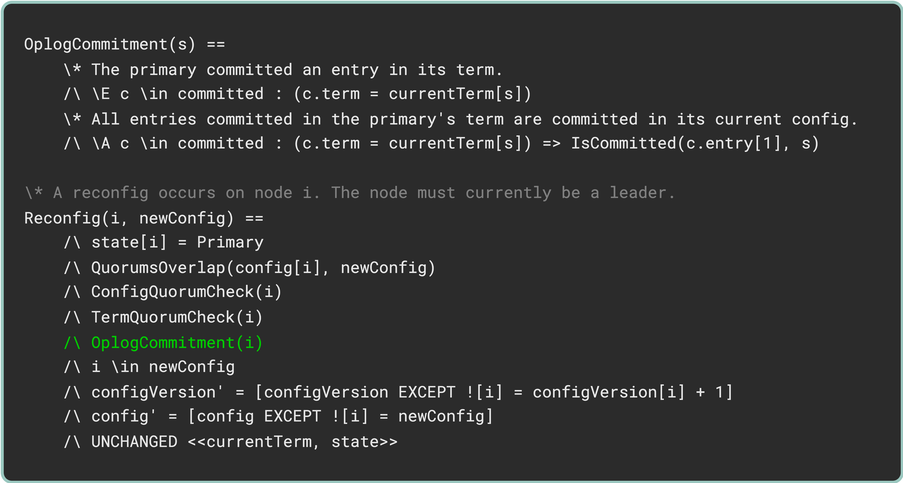
Above: traces/traces-snippet-3.drawio.png in will62794/reconfig-traces (draw.io), before the change. Source tidied: cells renumbered, new cells last; positions are measured from the earlier drawing's top-left corner, leaving out a move shared by most shapes.
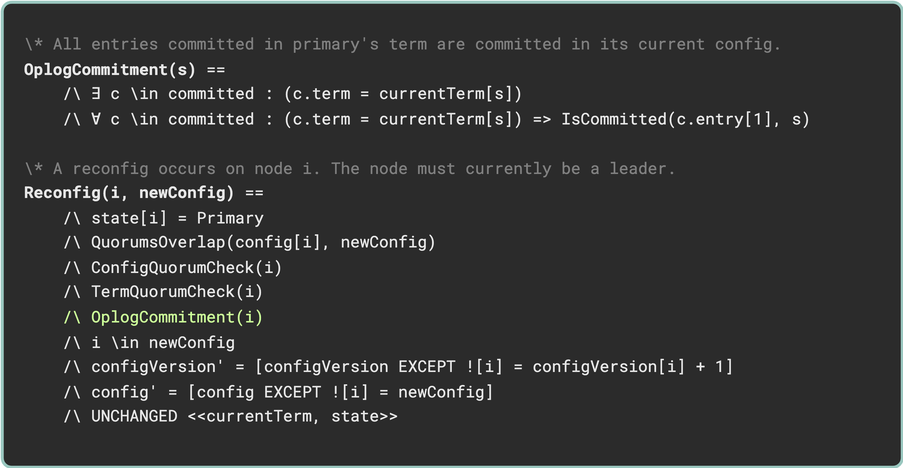
Later version of the same file.

What changed in the source:
```diff
@@ -2,8 +2,8 @@
   <root>
     <mxCell id="0" />
     <mxCell id="1" parent="0" />
-    <mxCell id="2" value="&lt;b style=&quot;&quot; id=&quot;docs-internal-guid-955c089a-7fff-785c-a062-aca5ab7f73e9&quot;&gt;&lt;font&gt;&lt;p style=&quot;color: light-dark(rgb(230, 230, 230), rgb(39, 39, 39)); line-height: 1.38; margin-top: 0pt; margin-bottom: 0pt;&quot; dir=&quot;ltr&quot;&gt;&lt;span style=&quot;font-size: 8pt; font-family: &amp;quot;Roboto Mono&amp;quot;, monospace; background-color: transparent; font-weight: 400; font-style: normal; font-variant: normal; text-decoration: none; vertical-align: baseline; white-space: pre-wrap;&quot;&gt;OplogCommitment(s) ==&amp;nbsp;&lt;/span&gt;&lt;/p&gt;&lt;p style=&quot;color: light-dark(rgb(230, 230, 230), rgb(39, 39, 39)); line-height: 1.38; margin-top: 0pt; margin-bottom: 0pt;&quot; dir=&quot;ltr&quot;&gt;&lt;span style=&quot;font-size: 8pt; font-family: &amp;quot;Roboto Mono&amp;quot;, monospace; background-color: transparent; font-weight: 400; font-style: normal; font-variant: normal; text-decoration: none; vertical-align: baseline; white-space: pre-wrap;&quot;&gt;&amp;nbsp;&amp;nbsp;&amp;nbsp;&amp;nbsp;\* The primary committed an entry in its term.&lt;/span&gt;&lt;/p&gt;&lt;p style=&quot;color: light-dark(rgb(230, 230, 230), rgb(39, 39, 39)); line-height: 1.38; margin-top: 0pt; margin-bottom: 0pt;&quot; dir=&quot;ltr&quot;&gt;&lt;span style=&quot;font-size: 8pt; font-family: &amp;quot;Roboto Mono&amp;quot;, monospace; background-color: transparent; font-weight: 400; font-style: normal; font-variant: normal; text-decoration: none; vertical-align: baseline; white-space: pre-wrap;&quot;&gt;&amp;nbsp;&amp;nbsp;&amp;nbsp;&amp;nbsp;/\ \E c \in committed : (c.term = currentTerm[s])&lt;/span&gt;&lt;/p&gt;&lt;p style=&quot;color: light-dark(rgb(230, 230, 230), rgb(39, 39, 39)); line-height: 1.38; margin-top: 0pt; margin-bottom: 0pt;&quot; dir=&quot;ltr&quot;&gt;&lt;span style=&quot;font-size: 8pt; font-family: &amp;quot;Roboto Mono&amp;quot;, monospace; background-color: transparent; font-weight: 400; font-style: normal; font-variant: normal; text-decoration: none; vertical-align: baseline; white-space: pre-wrap;&quot;&gt;&amp;nbsp;&amp;nbsp;&amp;nbsp;&amp;nbsp;\* All entries committed in the primary's term are committed in its current config.&lt;/span&gt;&lt;/p&gt;&lt;p style=&quot;color: light-dark(rgb(230, 230, 230), rgb(39, 39, 39)); line-height: 1.38; margin-top: 0pt; margin-bottom: 0pt;&quot; dir=&quot;ltr&quot;&gt;&lt;span style=&quot;font-size: 8pt; font-family: &amp;quot;Roboto Mono&amp;quot;, monospace; background-color: transparent; font-weight: 400; font-style: normal; font-variant: normal; text-decoration: none; vertical-align: baseline; white-space: pre-wrap;&quot;&gt;&amp;nbsp;&amp;nbsp;&amp;nbsp;&amp;nbsp;/\ \A c \in committed : (c.term = currentTerm[s]) =&amp;gt; IsCommitted(c.entry[1], s)&lt;/span&gt;&lt;/p&gt;&lt;p style=&quot;color: light-dark(rgb(230, 230, 230), rgb(39, 39, 39)); line-height: 1.38; margin-top: 0pt; margin-bottom: 0pt;&quot; dir=&quot;ltr&quot;&gt;&lt;b id=&quot;docs-internal-guid-878e2a91-7fff-a3c8-2afd-2d5c69914c0f&quot; style=&quot;font-weight:normal;&quot;&gt;&lt;br&gt;&lt;/b&gt;&lt;/p&gt;&lt;p style=&quot;line-height: 1.38; margin-top: 0pt; margin-bottom: 0pt;&quot; dir=&quot;ltr&quot;&gt;&lt;span style=&quot;font-size: 8pt; font-family: &amp;quot;Roboto Mono&amp;quot;, monospace; background-color: transparent; font-weight: 400; font-style: normal; font-variant: normal; text-decoration: none; vertical-align: baseline; white-space: pre-wrap;&quot;&gt;&lt;font style=&quot;color: rgb(128, 128, 128);&quot;&gt;\* A reconfig occurs on node i. The node must currently be a leader.&lt;/font&gt;&lt;/span&gt;&lt;/p&gt;&lt;p style=&quot;color: light-dark(rgb(230, 230, 230), rgb(39, 39, 39)); line-height: 1.38; margin-top: 0pt; margin-bottom: 0pt;&quot; dir=&quot;ltr&quot;&gt;&lt;span style=&quot;font-size: 8pt; font-family: &amp;quot;Roboto Mono&amp;quot;, monospace; background-color: transparent; font-weight: 400; font-style: normal; font-variant: normal; text-decoration: none; vertical-align: baseline; white-space: pre-wrap;&quot;&gt;Reconfig(i, newConfig) ==&lt;/span&gt;&lt;/p&gt;&lt;p style=&quot;color: light-dark(rgb(230, 230, 230), rgb(39, 39, 39)); line-height: 1.38; margin-top: 0pt; margin-bottom: 0pt;&quot; dir=&quot;ltr&quot;&gt;&lt;span style=&quot;font-size: 8pt; font-family: &amp;quot;Roboto Mono&amp;quot;, monospace; background-color: transparent; font-weight: 400; font-style: normal; font-variant: normal; text-decoration: none; vertical-align: baseline; white-space: pre-wrap;&quot;&gt;&amp;nbsp;&amp;nbsp;&amp;nbsp;&amp;nbsp;/\ state[i] = Primary&lt;/span&gt;&lt;/p&gt;&lt;p style=&quot;color: light-dark(rgb(230, 230, 230), rgb(39, 39, 39)); line-height: 1.38; margin-top: 0pt; margin-bottom: 0pt;&quot; dir=&quot;ltr&quot;&gt;&lt;span style=&quot;font-size: 8pt; font-family: &amp;quot;Roboto Mono&amp;quot;, monospace; background-color: transparent; font-weight: 400; font-style: normal; font-variant: normal; text-decoration: none; vertical-align: baseline; white-space: pre-wrap;&quot;&gt;&amp;nbsp;&amp;nbsp;&amp;nbsp;&amp;nbsp;/\ QuorumsOverlap(config[i], newConfig)&lt;/span&gt;&lt;/p&gt;&lt;p style=&quot;color: light-dark(rgb(230, 230, 230), rgb(39, 39, 39)); line-height: 1.38; margin-top: 0pt; margin-bottom: 0pt;&quot; dir=&quot;ltr&quot;&gt;&lt;span style=&quot;font-size: 8pt; font-family: &amp;quot;Roboto Mono&amp;quot;, monospace; background-color: transparent; font-weight: 400; font-style: normal; font-variant: normal; text-decoration: none; vertical-align: baseline; white-space: pre-wrap;&quot;&gt;&amp;nbsp;&amp;nbsp;&amp;nbsp;&amp;nbsp;/\ ConfigQuorumCheck(i)&lt;/span&gt;&lt;/p&gt;&lt;p style=&quot;color: light-dark(rgb(230, 230, 230), rgb(39, 39, 39)); line-height: 1.38; margin-top: 0pt; margin-bottom: 0pt;&quot; dir=&quot;ltr&quot;&gt;&lt;span style=&quot;font-size: 8pt; font-family: &amp;quot;Roboto Mono&amp;quot;, monospace; background-color: transparent; font-weight: 400; font-style: normal; font-variant: normal; text-decoration: none; vertical-align: baseline; white-space: pre-wrap;&quot;&gt;&amp;nbsp;&amp;nbsp;&amp;nbsp;&amp;nbsp;/\ TermQuorumCheck(i)&lt;/span&gt;&lt;/p&gt;&lt;p style=&quot;line-height: 1.38; margin-top: 0pt; margin-bottom: 0pt;&quot; dir=&quot;ltr&quot;&gt;&lt;span style=&quot;font-size: 8pt; font-family: &amp;quot;Roboto Mono&amp;quot;, monospace; background-color: transparent; font-weight: 700; font-style: normal; font-variant: normal; text-decoration: none; vertical-align: baseline; white-space: pre-wrap;&quot;&gt;&amp;nbsp;&amp;nbsp;&amp;nbsp;&amp;nbsp;&lt;/span&gt;&lt;span style=&quot;font-size: 8pt; font-family: &amp;quot;Roboto Mono&amp;quot;, monospace; font-weight: 400; font-style: normal; font-variant: normal; text-decoration: none; vertical-align: baseline; white-space: pre-wrap; background-color: light-dark(rgb(43, 43, 43), rgb(40, 42, 53));&quot;&gt;&lt;font style=&quot;color: light-dark(rgb(0, 204, 0), rgb(39, 39, 39));&quot;&gt;/\ OplogCommitment(i)&lt;/font&gt;&lt;/span&gt;&lt;/p&gt;&lt;p style=&quot;color: light-dark(rgb(230, 230, 230), rgb(39, 39, 39)); line-height: 1.38; margin-top: 0pt; margin-bottom: 0pt;&quot; dir=&quot;ltr&quot;&gt;&lt;span style=&quot;font-size: 8pt; font-family: &amp;quot;Roboto Mono&amp;quot;, monospace; background-color: transparent; font-weight: 400; font-style: normal; font-variant: normal; text-decoration: none; vertical-align: baseline; white-space: pre-wrap;&quot;&gt;&amp;nbsp;&amp;nbsp;&amp;nbsp;&amp;nbsp;/\ i \in newConfig&lt;/span&gt;&lt;/p&gt;&lt;p style=&quot;color: light-dark(rgb(230, 230, 230), rgb(39, 39, 39)); line-height: 1.38; margin-top: 0pt; margin-bottom: 0pt;&quot; dir=&quot;ltr&quot;&gt;&lt;span style=&quot;font-size: 8pt; font-family: &amp;quot;Roboto Mono&amp;quot;, monospace; background-color: transparent; font-weight: 400; font-style: normal; font-variant: normal; text-decoration: none; vertical-align: baseline; white-space: pre-wrap;&quot;&gt;&amp;nbsp;&amp;nbsp;&amp;nbsp;&amp;nbsp;/\ configVersion' = [configVersion EXCEPT ![i] = configVersion[i] + 1]&lt;/span&gt;&lt;/p&gt;&lt;p style=&quot;color: light-dark(rgb(230, 230, 230), rgb(39, 39, 39)); line-height: 1.38; margin-top: 0pt; margin-bottom: 0pt;&quot; dir=&quot;ltr&quot;&gt;&lt;span style=&quot;font-size: 8pt; font-family: &amp;quot;Roboto Mono&amp;quot;, monospace; background-color: transparent; font-weight: 400; font-style: normal; font-variant: normal; text-decoration: none; vertical-align: baseline; white-space: pre-wrap;&quot;&gt;&amp;nbsp;&amp;nbsp;&amp;nbsp;&amp;nbsp;/\ config' = [config EXCEPT ![i] = newConfig]&lt;/span&gt;&lt;/p&gt;&lt;p style=&quot;color: light-dark(rgb(230, 230, 230), rgb(39, 39, 39)); line-height: 1.38; margin-top: 0pt; margin-bottom: 0pt;&quot; dir=&quot;ltr&quot;&gt;&lt;span style=&quot;font-weight:normal;&quot;&gt;&lt;/span&gt;&lt;/p&gt;&lt;p style=&quot;color: light-dark(rgb(230, 230, 230), rgb(39, 39, 39)); line-height: 1.38; margin-top: 0pt; margin-bottom: 0pt;&quot; dir=&quot;ltr&quot;&gt;&lt;span style=&quot;font-size: 8pt; font-family: &amp;quot;Roboto Mono&amp;quot;, monospace; background-color: transparent; font-weight: 400; font-style: normal; font-variant: normal; text-decoration: none; vertical-align: baseline; white-space: pre-wrap;&quot;&gt;&amp;nbsp;&amp;nbsp;&amp;nbsp;&amp;nbsp;/\ UNCHANGED &amp;lt;&amp;lt;currentTerm, state&amp;gt;&amp;gt;&lt;/span&gt;&lt;/p&gt;&lt;/font&gt;&lt;/b&gt;" style="text;whiteSpace=wrap;html=1;fillColor=light-dark(#2B2B2B,#282A35);perimeterSpacing=0;strokeColor=#9AC7BF;strokeWidth=2;rounded=1;arcSize=2;spacingLeft=0;spacing=15;" parent="1" vertex="1">
-      <mxGeometry width="600" height="320" as="geometry" />
+    <mxCell id="2" value="&lt;b style=&quot;&quot; id=&quot;docs-internal-guid-955c089a-7fff-785c-a062-aca5ab7f73e9&quot;&gt;&lt;font&gt;&lt;p style=&quot;color: light-dark(rgb(230, 230, 230), rgb(39, 39, 39)); line-height: 1.38; margin-top: 0pt; margin-bottom: 0pt;&quot; dir=&quot;ltr&quot;&gt;&lt;span style=&quot;font-size: 8pt; font-family: &amp;quot;Roboto Mono&amp;quot;, monospace; background-color: transparent; font-style: normal; font-variant: normal; text-decoration: none; vertical-align: baseline; white-space: pre-wrap;&quot;&gt;&lt;b style=&quot;color: rgb(0, 0, 0); font-family: Helvetica; font-size: 12px; white-space-collapse: collapse;&quot; id=&quot;docs-internal-guid-955c089a-7fff-785c-a062-aca5ab7f73e9&quot;&gt;&lt;/b&gt;&lt;/span&gt;&lt;/p&gt;&lt;b id=&quot;docs-internal-guid-955c089a-7fff-785c-a062-aca5ab7f73e9&quot;&gt;&lt;p style=&quot;line-height: 1.38; margin-top: 0pt; margin-bottom: 0pt;&quot; dir=&quot;ltr&quot;&gt;&lt;span style=&quot;font-size: 8pt; font-family: &amp;quot;Roboto Mono&amp;quot;, monospace; background-color: transparent; font-weight: 400; font-variant-numeric: normal; font-variant-east-asian: normal; font-variant-alternates: normal; font-variant-position: normal; font-variant-emoji: normal; vertical-align: baseline; white-space-collapse: preserve;&quot;&gt;&lt;font style=&quot;color: rgb(128, 128, 128);&quot;&gt;\* All entries committed in primary's term are committed in its current config.&lt;/font&gt;&lt;/span&gt;&lt;/p&gt;&lt;p style=&quot;line-height: 1.38; margin-top: 0pt; margin-bottom: 0pt;&quot; dir=&quot;ltr&quot;&gt;&lt;span style=&quot;color: light-dark(rgb(230, 230, 230), rgb(39, 39, 39)); background-color: transparent; white-space-collapse: preserve; font-size: 8pt; font-family: &amp;quot;Roboto Mono&amp;quot;, monospace; font-variant-numeric: normal; font-variant-east-asian: normal; font-variant-alternates: normal; font-variant-position: normal; font-variant-emoji: normal; vertical-align: baseline;&quot;&gt;OplogCommitment(s)&lt;/span&gt;&lt;span style=&quot;color: light-dark(rgb(230, 230, 230), rgb(39, 39, 39)); background-color: transparent; white-space-collapse: preserve; font-size: 8pt; font-family: &amp;quot;Roboto Mono&amp;quot;, monospace; font-weight: 400; font-variant-numeric: normal; font-variant-east-asian: normal; font-variant-alternates: normal; font-variant-position: normal; font-variant-emoji: normal; vertical-align: baseline;&quot;&gt; ==&amp;nbsp;&lt;/span&gt;&lt;/p&gt;&lt;/b&gt;&lt;p style=&quot;color: light-dark(rgb(230, 230, 230), rgb(39, 39, 39)); line-height: 1.38; margin-top: 0pt; margin-bottom: 0pt;&quot; dir=&quot;ltr&quot;&gt;&lt;span style=&quot;background-color: transparent; font-family: &amp;quot;Roboto Mono&amp;quot;, monospace; font-size: 8pt; font-weight: 400; white-space-collapse: preserve; color: light-dark(rgb(230, 230, 230), rgb(39, 39, 39));&quot;&gt;&amp;nbsp;&amp;nbsp;&amp;nbsp;&amp;nbsp;/\ &lt;/span&gt;&lt;b style=&quot;background-color: transparent; color: light-dark(rgb(0, 0, 0), rgb(255, 255, 255));&quot; id=&quot;docs-internal-guid-955c089a-7fff-785c-a062-aca5ab7f73e9&quot;&gt;&lt;span style=&quot;color: rgb(230, 230, 230); font-family: &amp;quot;Roboto Mono&amp;quot;, monospace; font-size: 10.6667px; font-weight: 400; white-space-collapse: preserve;&quot;&gt;∃&lt;/span&gt;&lt;/b&gt;&lt;span style=&quot;background-color: transparent; color: light-dark(rgb(230, 230, 230), rgb(39, 39, 39)); font-family: &amp;quot;Roboto Mono&amp;quot;, monospace; font-size: 8pt; font-weight: 400; white-space-collapse: preserve;&quot;&gt; c \in committed : (c.term = currentTerm[s])&lt;/span&gt;&lt;/p&gt;&lt;p style=&quot;color: light-dark(rgb(230, 230, 230), rgb(39, 39, 39)); line-height: 1.38; margin-top: 0pt; margin-bottom: 0pt;&quot; dir=&quot;ltr&quot;&gt;&lt;span style=&quot;background-color: transparent; font-family: &amp;quot;Roboto Mono&amp;quot;, monospace; font-size: 8pt; font-weight: 400; white-space-collapse: preserve; color: light-dark(rgb(230, 230, 230), rgb(39, 39, 39));&quot;&gt;&amp;nbsp;&amp;nbsp;&amp;nbsp;&amp;nbsp;/\ &lt;/span&gt;&lt;b style=&quot;background-color: transparent; color: light-dark(rgb(0, 0, 0), rgb(255, 255, 255));&quot; id=&quot;docs-internal-guid-955c089a-7fff-785c-a062-aca5ab7f73e9&quot;&gt;&lt;b style=&quot;color: light-dark(rgb(0, 0, 0), rgb(255, 255, 255)); background-color: transparent;&quot; id=&quot;docs-internal-guid-955c089a-7fff-785c-a062-aca5ab7f73e9&quot;&gt;&lt;span style=&quot;color: rgb(230, 230, 230); font-weight: 400; white-space-collapse: preserve; background-color: transparent; font-size: 10.6667px;&quot;&gt;&lt;font face=&quot;Roboto Mono, monospace&quot; color=&quot;#e6e6e6&quot;&gt;∀&lt;/font&gt;&lt;/span&gt;&lt;/b&gt;&lt;/b&gt;&lt;span style=&quot;background-color: transparent; color: light-dark(rgb(230, 230, 230), rgb(39, 39, 39)); font-family: &amp;quot;Roboto Mono&amp;quot;, monospace; font-size: 8pt; font-weight: 400; white-space-collapse: preserve;&quot;&gt; c \in committed : (c.term = currentTerm[s]) =&amp;gt; IsCommitted(c.entry[1], s)&lt;/span&gt;&lt;/p&gt;&lt;p style=&quot;color: light-dark(rgb(230, 230, 230), rgb(39, 39, 39)); line-height: 1.38; margin-top: 0pt; margin-bottom: 0pt;&quot; dir=&quot;ltr&quot;&gt;&lt;b id=&quot;docs-internal-guid-878e2a91-7fff-a3c8-2afd-2d5c69914c0f&quot; style=&quot;font-weight:normal;&quot;&gt;&lt;br&gt;&lt;/b&gt;&lt;/p&gt;&lt;p style=&quot;line-height: 1.38; margin-top: 0pt; margin-bottom: 0pt;&quot; dir=&quot;ltr&quot;&gt;&lt;span style=&quot;font-size: 8pt; font-family: &amp;quot;Roboto Mono&amp;quot;, monospace; background-color: transparent; font-weight: 400; font-style: normal; font-variant: normal; text-decoration: none; vertical-align: baseline; white-space: pre-wrap;&quot;&gt;&lt;font style=&quot;color: rgb(128, 128, 128);&quot;&gt;\* A reconfig occurs on node i. The node must currently be a leader.&lt;/font&gt;&lt;/span&gt;&lt;/p&gt;&lt;p style=&quot;color: light-dark(rgb(230, 230, 230), rgb(39, 39, 39)); line-height: 1.38; margin-top: 0pt; margin-bottom: 0pt;&quot; dir=&quot;ltr&quot;&gt;&lt;span style=&quot;font-size: 8pt; font-family: &amp;quot;Roboto Mono&amp;quot;, monospace; background-color: transparent; font-style: normal; font-variant: normal; text-decoration: none; vertical-align: baseline; white-space: pre-wrap;&quot;&gt;Reconfig(i, newConfig)&lt;/span&gt;&lt;span style=&quot;font-size: 8pt; font-family: &amp;quot;Roboto Mono&amp;quot;, monospace; background-color: transparent; font-weight: 400; font-style: normal; font-variant: normal; text-decoration: none; vertical-align: baseline; white-space: pre-wrap;&quot;&gt; ==&lt;/span&gt;&lt;/p&gt;&lt;p style=&quot;color: light-dark(rgb(230, 230, 230), rgb(39, 39, 39)); line-height: 1.38; margin-top: 0pt; margin-bottom: 0pt;&quot; dir=&quot;ltr&quot;&gt;&lt;span style=&quot;font-size: 8pt; font-family: &amp;quot;Roboto Mono&amp;quot;, monospace; background-color: transparent; font-weight: 400; font-style: normal; font-variant: normal; text-decoration: none; vertical-align: baseline; white-space: pre-wrap;&quot;&gt;&amp;nbsp;&amp;nbsp;&amp;nbsp;&amp;nbsp;/\ state[i] = Primary&lt;/span&gt;&lt;/p&gt;&lt;p style=&quot;color: light-dark(rgb(230, 230, 230), rgb(39, 39, 39)); line-height: 1.38; margin-top: 0pt; margin-bottom: 0pt;&quot; dir=&quot;ltr&quot;&gt;&lt;span style=&quot;font-size: 8pt; font-family: &amp;quot;Roboto Mono&amp;quot;, monospace; background-color: transparent; font-weight: 400; font-style: normal; font-variant: normal; text-decoration: none; vertical-align: baseline; white-space: pre-wrap;&quot;&gt;&amp;nbsp;&amp;nbsp;&amp;nbsp;&amp;nbsp;/\ QuorumsOverlap(config[i], newConfig)&lt;/span&gt;&lt;/p&gt;&lt;p style=&quot;color: light-dark(rgb(230, 230, 230), rgb(39, 39, 39)); line-height: 1.38; margin-top: 0pt; margin-bottom: 0pt;&quot; dir=&quot;ltr&quot;&gt;&lt;span style=&quot;font-size: 8pt; font-family: &amp;quot;Roboto Mono&amp;quot;, monospace; background-color: transparent; font-weight: 400; font-style: normal; font-variant: normal; text-decoration: none; vertical-align: baseline; white-space: pre-wrap;&quot;&gt;&amp;nbsp;&amp;nbsp;&amp;nbsp;&amp;nbsp;/\ ConfigQuorumCheck(i)&lt;/span&gt;&lt;/p&gt;&lt;p style=&quot;color: light-dark(rgb(230, 230, 230), rgb(39, 39, 39)); line-height: 1.38; margin-top: 0pt; margin-bottom: 0pt;&quot; dir=&quot;ltr&quot;&gt;&lt;span style=&quot;font-size: 8pt; font-family: &amp;quot;Roboto Mono&amp;quot;, monospace; background-color: transparent; font-weight: 400; font-style: normal; font-variant: normal; text-decoration: none; vertical-align: baseline; white-space: pre-wrap;&quot;&gt;&amp;nbsp;&amp;nbsp;&amp;nbsp;&amp;nbsp;/\ TermQuorumCheck(i)&lt;/span&gt;&lt;/p&gt;&lt;p style=&quot;line-height: 1.38; margin-top: 0pt; margin-bottom: 0pt;&quot; dir=&quot;ltr&quot;&gt;&lt;font style=&quot;color: rgb(204, 255, 153);&quot;&gt;&lt;span style=&quot;font-size: 8pt; font-family: &amp;quot;Roboto Mono&amp;quot;, monospace; background-color: transparent; font-weight: 700; font-style: normal; font-variant: normal; text-decoration: none; vertical-align: baseline; white-space: pre-wrap;&quot;&gt;&amp;nbsp;&amp;nbsp;&amp;nbsp;&amp;nbsp;&lt;/span&gt;&lt;span style=&quot;font-size: 8pt; font-family: &amp;quot;Roboto Mono&amp;quot;, monospace; font-weight: 400; font-style: normal; font-variant: normal; text-decoration: none; vertical-align: baseline; white-space: pre-wrap; background-color: light-dark(rgb(43, 43, 43), rgb(40, 42, 53));&quot;&gt;&lt;font style=&quot;&quot;&gt;/\ OplogCommitment(i)&lt;/font&gt;&lt;/span&gt;&lt;/font&gt;&lt;/p&gt;&lt;p style=&quot;color: light-dark(rgb(230, 230, 230), rgb(39, 39, 39)); line-height: 1.38; margin-top: 0pt; margin-bottom: 0pt;&quot; dir=&quot;ltr&quot;&gt;&lt;span style=&quot;font-size: 8pt; font-family: &amp;quot;Roboto Mono&amp;quot;, monospace; background-color: transparent; font-weight: 400; font-style: normal; font-variant: normal; text-decoration: none; vertical-align: baseline; white-space: pre-wrap;&quot;&gt;&amp;nbsp;&amp;nbsp;&amp;nbsp;&amp;nbsp;/\ i \in newConfig&lt;/span&gt;&lt;/p&gt;&lt;p style=&quot;color: light-dark(rgb(230, 230, 230), rgb(39, 39, 39)); line-height: 1.38; margin-top: 0pt; margin-bottom: 0pt;&quot; dir=&quot;ltr&quot;&gt;&lt;span style=&quot;font-size: 8pt; font-family: &amp;quot;Roboto Mono&amp;quot;, monospace; background-color: transparent; font-weight: 400; font-style: normal; font-variant: normal; text-decoration: none; vertical-align: baseline; white-space: pre-wrap;&quot;&gt;&amp;nbsp;&amp;nbsp;&amp;nbsp;&amp;nbsp;/\ configVersion' = [configVersion EXCEPT ![i] = configVersion[i] + 1]&lt;/span&gt;&lt;/p&gt;&lt;p style=&quot;color: light-dark(rgb(230, 230, 230), rgb(39, 39, 39)); line-height: 1.38; margin-top: 0pt; margin-bottom: 0pt;&quot; dir=&quot;ltr&quot;&gt;&lt;span style=&quot;font-size: 8pt; font-family: &amp;quot;Roboto Mono&amp;quot;, monospace; background-color: transparent; font-weight: 400; font-style: normal; font-variant: normal; text-decoration: none; vertical-align: baseline; white-space: pre-wrap;&quot;&gt;&amp;nbsp;&amp;nbsp;&amp;nbsp;&amp;nbsp;/\ config' = [config EXCEPT ![i] = newConfig]&lt;/span&gt;&lt;/p&gt;&lt;p style=&quot;color: light-dark(rgb(230, 230, 230), rgb(39, 39, 39)); line-height: 1.38; margin-top: 0pt; margin-bottom: 0pt;&quot; dir=&quot;ltr&quot;&gt;&lt;span style=&quot;font-weight:normal;&quot;&gt;&lt;/span&gt;&lt;/p&gt;&lt;p style=&quot;color: light-dark(rgb(230, 230, 230), rgb(39, 39, 39)); line-height: 1.38; margin-top: 0pt; margin-bottom: 0pt;&quot; dir=&quot;ltr&quot;&gt;&lt;span style=&quot;font-size: 8pt; font-family: &amp;quot;Roboto Mono&amp;quot;, monospace; background-color: transparent; font-weight: 400; font-style: normal; font-variant: normal; text-decoration: none; vertical-align: baseline; white-space: pre-wrap;&quot;&gt;&amp;nbsp;&amp;nbsp;&amp;nbsp;&amp;nbsp;/\ UNCHANGED &amp;lt;&amp;lt;currentTerm, state&amp;gt;&amp;gt;&lt;/span&gt;&lt;/p&gt;&lt;/font&gt;&lt;/b&gt;" style="text;whiteSpace=wrap;html=1;fillColor=light-dark(#2B2B2B,#282A35);perimeterSpacing=0;strokeColor=#9AC7BF;strokeWidth=2;rounded=1;arcSize=2;spacingLeft=0;spacing=15;" parent="1" vertex="1">
+      <mxGeometry width="600" height="310" as="geometry" />
     </mxCell>
   </root>
 </mxGraphModel>
```
